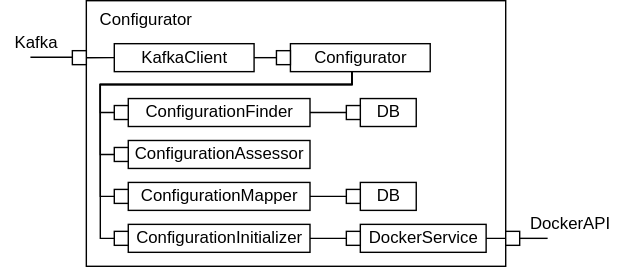
The draw.io diagram docs/CC_Configurator.svg in SDU-SW-Engineering/Reconfigurable-I4-Middleware-Software-Architecture, before a commit. Source tidied: cells renumbered, new cells last; positions are measured from the earlier drawing's top-left corner, leaving out a move shared by most shapes.
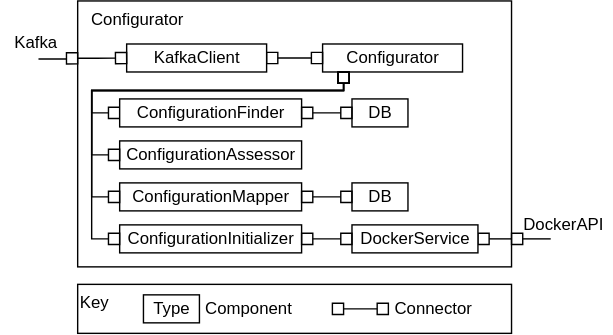
After the change.

Change to the diagram source:
```diff
@@ -3,138 +3,139 @@
     <mxCell id="0" />
     <mxCell id="1" parent="0" />
     <mxCell id="2" value="Configurator" style="html=1;fontFamily=Helvetica;fontSize=12;fontColor=#000000;align=left;verticalAlign=top;spacingLeft=8;" parent="1" vertex="1">
-      <mxGeometry x="61" width="300" height="190" as="geometry" />
+      <mxGeometry x="61" width="310" height="190" as="geometry" />
     </mxCell>
-    <mxCell id="3" style="edgeStyle=orthogonalEdgeStyle;rounded=0;jettySize=auto;html=1;startArrow=none;startFill=0;endArrow=none;endFill=0;entryX=0;entryY=0.5;entryDx=0;entryDy=0;" parent="1" edge="1" source="4" target="7">
+    <mxCell id="3" style="edgeStyle=orthogonalEdgeStyle;rounded=0;jettySize=auto;html=1;startArrow=box;startFill=0;endArrow=box;endFill=0;" parent="1" edge="1" source="4" target="5">
       <mxGeometry relative="1" as="geometry">
         <Array as="points">
-          <mxPoint x="251" y="60" />
-          <mxPoint x="71" y="60" />
+          <mxPoint x="251" y="64" />
+          <mxPoint x="71" y="64" />
           <mxPoint x="71" y="80" />
         </Array>
       </mxGeometry>
     </mxCell>
     <mxCell id="4" value="Configurator" style="html=1;fontFamily=Helvetica;fontSize=12;fontColor=#000000;" parent="1" vertex="1">
-      <mxGeometry x="207" y="30.8" width="100" height="20" as="geometry" />
+      <mxGeometry x="236" y="30.8" width="100" height="20" as="geometry" />
     </mxCell>
-    <mxCell id="5" style="rounded=0;whiteSpace=wrap;html=1;fontFamily=Helvetica;fontSize=12;fontColor=#000000;" parent="1" vertex="1">
-      <mxGeometry x="197" y="35.8" width="10" height="10" as="geometry" />
+    <mxCell id="5" value="ConfigurationFinder" style="html=1;fontFamily=Helvetica;fontSize=12;fontColor=#000000;" parent="1" vertex="1">
+      <mxGeometry x="91" y="70" width="130" height="20" as="geometry" />
     </mxCell>
-    <mxCell id="6" value="ConfigurationFinder" style="html=1;fontFamily=Helvetica;fontSize=12;fontColor=#000000;" parent="1" vertex="1">
-      <mxGeometry x="91" y="70" width="130" height="20" as="geometry" />
+    <mxCell id="6" value="ConfigurationAssessor" style="html=1;fontFamily=Helvetica;fontSize=12;fontColor=#000000;" parent="1" vertex="1">
+      <mxGeometry x="91" y="100" width="130" height="20" as="geometry" />
     </mxCell>
-    <mxCell id="7" style="rounded=0;whiteSpace=wrap;html=1;fontFamily=Helvetica;fontSize=12;fontColor=#000000;" parent="1" vertex="1">
-      <mxGeometry x="81" y="75" width="10" height="10" as="geometry" />
+    <mxCell id="7" value="ConfigurationMapper" style="html=1;fontFamily=Helvetica;fontSize=12;fontColor=#000000;" parent="1" vertex="1">
+      <mxGeometry x="91" y="130" width="130" height="20" as="geometry" />
     </mxCell>
-    <mxCell id="8" value="ConfigurationAssessor" style="html=1;fontFamily=Helvetica;fontSize=12;fontColor=#000000;" parent="1" vertex="1">
-      <mxGeometry x="91" y="100" width="130" height="20" as="geometry" />
+    <mxCell id="8" value="ConfigurationInitializer" style="html=1;fontFamily=Helvetica;fontSize=12;fontColor=#000000;" parent="1" vertex="1">
+      <mxGeometry x="91" y="160" width="130" height="20" as="geometry" />
     </mxCell>
-    <mxCell id="9" style="rounded=0;whiteSpace=wrap;html=1;fontFamily=Helvetica;fontSize=12;fontColor=#000000;" parent="1" vertex="1">
-      <mxGeometry x="81" y="105" width="10" height="10" as="geometry" />
+    <mxCell id="9" style="edgeStyle=orthogonalEdgeStyle;rounded=0;jettySize=auto;html=1;startArrow=box;startFill=0;endArrow=box;endFill=0;" parent="1" edge="1" source="4" target="6">
+      <mxGeometry relative="1" as="geometry">
+        <Array as="points">
+          <mxPoint x="251" y="64" />
+          <mxPoint x="71" y="64" />
+          <mxPoint x="71" y="110" />
+        </Array>
+      </mxGeometry>
     </mxCell>
-    <mxCell id="10" value="ConfigurationMapper" style="html=1;fontFamily=Helvetica;fontSize=12;fontColor=#000000;" parent="1" vertex="1">
-      <mxGeometry x="91" y="130" width="130" height="20" as="geometry" />
+    <mxCell id="10" style="edgeStyle=orthogonalEdgeStyle;rounded=0;jettySize=auto;html=1;startArrow=box;startFill=0;endArrow=box;endFill=0;" parent="1" edge="1" source="4" target="7">
+      <mxGeometry relative="1" as="geometry">
+        <Array as="points">
+          <mxPoint x="251" y="64" />
+          <mxPoint x="71" y="64" />
+          <mxPoint x="71" y="140" />
+        </Array>
+      </mxGeometry>
     </mxCell>
-    <mxCell id="11" style="rounded=0;whiteSpace=wrap;html=1;fontFamily=Helvetica;fontSize=12;fontColor=#000000;" parent="1" vertex="1">
-      <mxGeometry x="81" y="135" width="10" height="10" as="geometry" />
+    <mxCell id="11" style="edgeStyle=orthogonalEdgeStyle;rounded=0;jettySize=auto;html=1;startArrow=box;startFill=0;endArrow=box;endFill=0;" parent="1" edge="1" source="4" target="8">
+      <mxGeometry relative="1" as="geometry">
+        <Array as="points">
+          <mxPoint x="251" y="64" />
+          <mxPoint x="71" y="64" />
+          <mxPoint x="71" y="170" />
+        </Array>
+      </mxGeometry>
     </mxCell>
-    <mxCell id="12" value="ConfigurationInitializer" style="html=1;fontFamily=Helvetica;fontSize=12;fontColor=#000000;" parent="1" vertex="1">
-      <mxGeometry x="91" y="160" width="130" height="20" as="geometry" />
+    <mxCell id="12" style="edgeStyle=orthogonalEdgeStyle;rounded=0;jettySize=auto;html=1;startArrow=box;startFill=0;endArrow=box;endFill=0;" parent="1" edge="1" source="13">
+      <mxGeometry relative="1" as="geometry">
+        <mxPoint x="379" y="170" as="targetPoint" />
+        <Array as="points">
+          <mxPoint x="271" y="170" />
+          <mxPoint x="271" y="170" />
+        </Array>
+      </mxGeometry>
     </mxCell>
-    <mxCell id="13" style="rounded=0;whiteSpace=wrap;html=1;fontFamily=Helvetica;fontSize=12;fontColor=#000000;" parent="1" vertex="1">
-      <mxGeometry x="81" y="165" width="10" height="10" as="geometry" />
+    <mxCell id="13" value="DockerService" style="html=1;fontFamily=Helvetica;fontSize=12;fontColor=#000000;" parent="1" vertex="1">
+      <mxGeometry x="257" y="160" width="90" height="20" as="geometry" />
     </mxCell>
-    <mxCell id="14" style="edgeStyle=orthogonalEdgeStyle;rounded=0;jettySize=auto;html=1;startArrow=none;startFill=0;endArrow=none;endFill=0;entryX=0;entryY=0.5;entryDx=0;entryDy=0;" parent="1" edge="1" source="4" target="9">
-      <mxGeometry relative="1" as="geometry">
-        <Array as="points">
-          <mxPoint x="251" y="60" />
-          <mxPoint x="71" y="60" />
-          <mxPoint x="71" y="110" />
-        </Array>
-      </mxGeometry>
+    <mxCell id="14" value="DB" style="html=1;fontFamily=Helvetica;fontSize=12;fontColor=#000000;" parent="1" vertex="1">
+      <mxGeometry x="257" y="130" width="40" height="20" as="geometry" />
     </mxCell>
-    <mxCell id="15" style="edgeStyle=orthogonalEdgeStyle;rounded=0;jettySize=auto;html=1;startArrow=none;startFill=0;endArrow=none;endFill=0;entryX=0;entryY=0.5;entryDx=0;entryDy=0;" parent="1" edge="1" source="4" target="11">
-      <mxGeometry relative="1" as="geometry">
-        <Array as="points">
-          <mxPoint x="251" y="60" />
-          <mxPoint x="71" y="60" />
-          <mxPoint x="71" y="140" />
-        </Array>
-      </mxGeometry>
+    <mxCell id="15" value="DB" style="html=1;fontFamily=Helvetica;fontSize=12;fontColor=#000000;" parent="1" vertex="1">
+      <mxGeometry x="257" y="70" width="40" height="20" as="geometry" />
     </mxCell>
-    <mxCell id="16" style="edgeStyle=orthogonalEdgeStyle;rounded=0;jettySize=auto;html=1;startArrow=none;startFill=0;endArrow=none;endFill=0;entryX=0;entryY=0.5;entryDx=0;entryDy=0;" parent="1" edge="1" source="4" target="13">
+    <mxCell id="16" style="edgeStyle=orthogonalEdgeStyle;rounded=0;orthogonalLoop=1;jettySize=auto;html=1;endArrow=none;endFill=0;startArrow=none;startFill=0;" parent="1" edge="1">
       <mxGeometry relative="1" as="geometry">
+        <mxPoint x="33" y="41.5" as="sourcePoint" />
+        <mxPoint x="53" y="41" as="targetPoint" />
         <Array as="points">
-          <mxPoint x="251" y="60" />
-          <mxPoint x="71" y="60" />
-          <mxPoint x="71" y="170" />
+          <mxPoint x="53" y="41.5" />
+          <mxPoint x="53" y="41.5" />
         </Array>
       </mxGeometry>
     </mxCell>
-    <mxCell id="17" style="edgeStyle=orthogonalEdgeStyle;rounded=0;jettySize=auto;html=1;entryX=0;entryY=0.5;entryDx=0;entryDy=0;startArrow=none;startFill=0;endArrow=none;endFill=0;" parent="1" edge="1" source="18" target="27">
+    <mxCell id="17" style="edgeStyle=orthogonalEdgeStyle;rounded=0;jettySize=auto;html=1;startArrow=box;startFill=0;endArrow=box;endFill=0;exitX=1;exitY=0.5;exitDx=0;exitDy=0;" parent="1" edge="1" source="18" target="4">
       <mxGeometry relative="1" as="geometry" />
     </mxCell>
-    <mxCell id="18" value="DockerService" style="html=1;fontFamily=Helvetica;fontSize=12;fontColor=#000000;" parent="1" vertex="1">
-      <mxGeometry x="257" y="160" width="90" height="20" as="geometry" />
+    <mxCell id="18" value="KafkaClient" style="html=1;fontFamily=Helvetica;fontSize=12;fontColor=#000000;" parent="1" vertex="1">
+      <mxGeometry x="96" y="30.8" width="100" height="20" as="geometry" />
     </mxCell>
-    <mxCell id="19" value="DB" style="html=1;fontFamily=Helvetica;fontSize=12;fontColor=#000000;" parent="1" vertex="1">
-      <mxGeometry x="257" y="130" width="40" height="20" as="geometry" />
+    <mxCell id="19" style="edgeStyle=orthogonalEdgeStyle;rounded=0;jettySize=auto;html=1;entryX=0;entryY=0.5;entryDx=0;entryDy=0;startArrow=box;startFill=0;endArrow=box;endFill=0;" parent="1" edge="1" target="18">
+      <mxGeometry relative="1" as="geometry">
+        <mxPoint x="53" y="41" as="sourcePoint" />
+      </mxGeometry>
     </mxCell>
-    <mxCell id="20" value="DB" style="html=1;fontFamily=Helvetica;fontSize=12;fontColor=#000000;" parent="1" vertex="1">
-      <mxGeometry x="257" y="70" width="40" height="20" as="geometry" />
+    <mxCell id="20" value="Kafka" style="text;html=1;align=center;verticalAlign=middle;strokeColor=none;fillColor=none;" parent="1" vertex="1">
+      <mxGeometry x="6" y="20" width="50" height="20" as="geometry" />
     </mxCell>
-    <mxCell id="21" style="edgeStyle=orthogonalEdgeStyle;rounded=0;jettySize=auto;html=1;endArrow=none;endFill=0;startArrow=none;startFill=0;" parent="1" edge="1" target="23">
+    <mxCell id="21" style="edgeStyle=orthogonalEdgeStyle;rounded=0;orthogonalLoop=1;jettySize=auto;html=1;startArrow=none;startFill=0;endArrow=none;endFill=0;exitX=1;exitY=0.5;exitDx=0;exitDy=0;" parent="1" edge="1">
       <mxGeometry relative="1" as="geometry">
-        <mxPoint x="21" y="40.5" as="sourcePoint" />
-        <Array as="points">
-          <mxPoint x="41" y="40.5" />
-          <mxPoint x="41" y="40.5" />
-        </Array>
+        <mxPoint x="379" y="170" as="sourcePoint" />
+        <mxPoint x="399" y="170" as="targetPoint" />
       </mxGeometry>
     </mxCell>
-    <mxCell id="22" style="edgeStyle=orthogonalEdgeStyle;rounded=0;jettySize=auto;html=1;startArrow=none;startFill=0;endArrow=none;endFill=0;exitX=1;exitY=0.5;exitDx=0;exitDy=0;entryX=0;entryY=0.5;entryDx=0;entryDy=0;" parent="1" edge="1" source="24" target="5">
-      <mxGeometry relative="1" as="geometry" />
+    <mxCell id="22" value="DockerAPI" style="text;html=1;align=center;verticalAlign=middle;strokeColor=none;fillColor=none;" parent="1" vertex="1">
+      <mxGeometry x="373" y="150" width="70" height="20" as="geometry" />
     </mxCell>
-    <mxCell id="23" style="rounded=0;whiteSpace=wrap;html=1;fontFamily=Helvetica;fontSize=12;fontColor=#000000;" parent="1" vertex="1">
-      <mxGeometry x="51" y="35.8" width="10" height="10" as="geometry" />
+    <mxCell id="23" style="edgeStyle=orthogonalEdgeStyle;rounded=0;jettySize=auto;html=1;startArrow=box;startFill=0;endArrow=box;endFill=0;" parent="1" edge="1" source="8" target="13">
+      <mxGeometry relative="1" as="geometry" />
     </mxCell>
-    <mxCell id="24" value="KafkaClient" style="html=1;fontFamily=Helvetica;fontSize=12;fontColor=#000000;" parent="1" vertex="1">
-      <mxGeometry x="81" y="30.8" width="100" height="20" as="geometry" />
+    <mxCell id="24" style="edgeStyle=orthogonalEdgeStyle;rounded=0;jettySize=auto;html=1;startArrow=box;startFill=0;endArrow=box;endFill=0;" parent="1" edge="1" source="7" target="14">
+      <mxGeometry relative="1" as="geometry" />
     </mxCell>
-    <mxCell id="25" style="edgeStyle=orthogonalEdgeStyle;rounded=0;jettySize=auto;html=1;entryX=0;entryY=0.5;entryDx=0;entryDy=0;startArrow=none;startFill=0;endArrow=none;endFill=0;" parent="1" edge="1" source="23" target="24">
+    <mxCell id="25" style="edgeStyle=orthogonalEdgeStyle;rounded=0;jettySize=auto;html=1;startArrow=box;startFill=0;endArrow=box;endFill=0;" parent="1" edge="1" source="5" target="15">
       <mxGeometry relative="1" as="geometry" />
     </mxCell>
-    <mxCell id="26" value="Kafka" style="text;html=1;align=center;verticalAlign=middle;strokeColor=none;fillColor=none;" parent="1" vertex="1">
-      <mxGeometry y="20" width="50" height="20" as="geometry" />
+    <mxCell id="26" value="Key" style="rounded=0;whiteSpace=wrap;html=1;align=left;verticalAlign=top;" parent="1" vertex="1">
+      <mxGeometry x="61" y="202.5" width="310" height="35" as="geometry" />
     </mxCell>
-    <mxCell id="27" style="rounded=0;whiteSpace=wrap;html=1;fontFamily=Helvetica;fontSize=12;fontColor=#000000;" parent="1" vertex="1">
-      <mxGeometry x="361" y="165" width="10" height="10" as="geometry" />
+    <mxCell id="27" value="Type" style="html=1;fontFamily=Helvetica;fontSize=12;fontColor=#000000;" parent="1" vertex="1">
+      <mxGeometry x="108" y="210" width="40" height="20" as="geometry" />
     </mxCell>
-    <mxCell id="28" style="edgeStyle=orthogonalEdgeStyle;rounded=0;jettySize=auto;html=1;startArrow=none;startFill=0;endArrow=none;endFill=0;exitX=1;exitY=0.5;exitDx=0;exitDy=0;" parent="1" edge="1" source="27">
-      <mxGeometry relative="1" as="geometry">
-        <mxPoint x="391" y="170" as="targetPoint" />
-      </mxGeometry>
+    <mxCell id="28" value="Component" style="text;html=1;align=center;verticalAlign=middle;strokeColor=none;fillColor=none;" parent="1" vertex="1">
+      <mxGeometry x="143" y="210" width="80" height="20" as="geometry" />
     </mxCell>
-    <mxCell id="29" value="DockerAPI" style="text;html=1;align=center;verticalAlign=middle;strokeColor=none;fillColor=none;" parent="1" vertex="1">
-      <mxGeometry x="372" y="150" width="70" height="20" as="geometry" />
+    <mxCell id="29" style="edgeStyle=orthogonalEdgeStyle;rounded=0;orthogonalLoop=1;jettySize=auto;html=1;startArrow=box;startFill=0;endArrow=box;endFill=0;" parent="1" edge="1">
+      <mxGeometry relative="1" as="geometry">
+        <mxPoint x="243" y="220" as="sourcePoint" />
+        <mxPoint x="283" y="220" as="targetPoint" />
+        <Array as="points">
+          <mxPoint x="263" y="220" />
+        </Array>
+      </mxGeometry>
     </mxCell>
-    <mxCell id="30" style="rounded=0;whiteSpace=wrap;html=1;fontFamily=Helvetica;fontSize=12;fontColor=#000000;" parent="1" vertex="1">
-      <mxGeometry x="247" y="165" width="10" height="10" as="geometry" />
+    <mxCell id="30" value="Connector" style="text;html=1;align=center;verticalAlign=middle;points=[];strokeColor=none;fillColor=none;" parent="1" vertex="1">
+      <mxGeometry x="280" y="210" width="70" height="20" as="geometry" />
     </mxCell>
-    <mxCell id="31" style="edgeStyle=orthogonalEdgeStyle;rounded=0;jettySize=auto;html=1;startArrow=none;startFill=0;endArrow=none;endFill=0;entryX=0;entryY=0.5;entryDx=0;entryDy=0;" parent="1" edge="1" source="12" target="30">
-      <mxGeometry relative="1" as="geometry" />
-    </mxCell>
-    <mxCell id="32" style="rounded=0;whiteSpace=wrap;html=1;fontFamily=Helvetica;fontSize=12;fontColor=#000000;" parent="1" vertex="1">
-      <mxGeometry x="247" y="135" width="10" height="10" as="geometry" />
-    </mxCell>
-    <mxCell id="33" style="edgeStyle=orthogonalEdgeStyle;rounded=0;jettySize=auto;html=1;startArrow=none;startFill=0;endArrow=none;endFill=0;entryX=0;entryY=0.5;entryDx=0;entryDy=0;" parent="1" edge="1" source="10" target="32">
-      <mxGeometry relative="1" as="geometry" />
-    </mxCell>
-    <mxCell id="34" style="rounded=0;whiteSpace=wrap;html=1;fontFamily=Helvetica;fontSize=12;fontColor=#000000;" parent="1" vertex="1">
-      <mxGeometry x="247" y="75" width="10" height="10" as="geometry" />
-    </mxCell>
-    <mxCell id="35" style="edgeStyle=orthogonalEdgeStyle;rounded=0;jettySize=auto;html=1;startArrow=none;startFill=0;endArrow=none;endFill=0;entryX=0;entryY=0.5;entryDx=0;entryDy=0;" parent="1" edge="1" source="6" target="34">
-      <mxGeometry relative="1" as="geometry" />
-    </mxCell>
   </root>
 </mxGraphModel>
```
